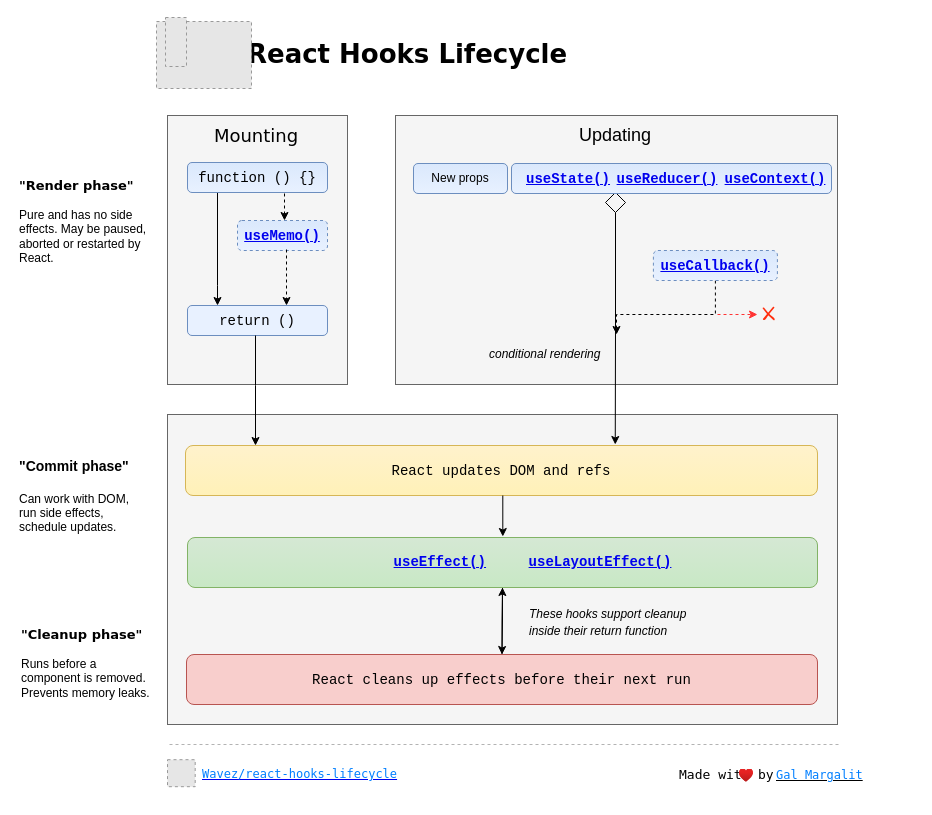
This is chart.drawio from Wavez/react-hooks-lifecycle, a draw.io file, before an edit. Source tidied: cells renumbered, new cells numbered last; positions are measured from the earlier drawing's top-left corner, leaving out a move shared by most shapes. Both pictures are drawn from the tidied source at 100%, with x=0, y=0 at pixel (17, 17). Pictures stored in the file or linked from it are replaced by grey dashed boxes.
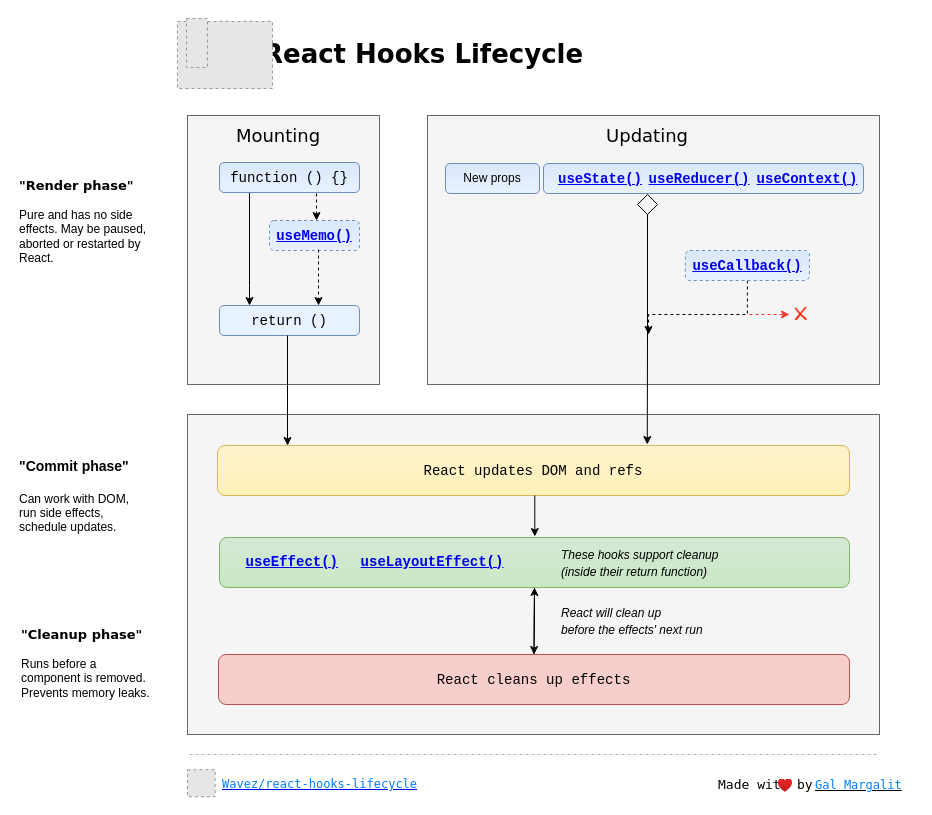
After the change.

The change refers to these unchanged cells:
```xml
<mxCell id="30" style="group;" parent="1" vertex="1">
  <mxGeometry x="494" y="146" width="404" height="30" as="geometry" />
</mxCell>
```

Change to the diagram source:
```diff
@@
     <mxCell id="2" style="rounded=0;whiteSpace=wrap;html=1;fillColor=#f5f5f5;strokeColor=#666666;fontColor=#333333;" parent="1" vertex="1">
-      <mxGeometry x="150" y="98" width="180" height="269" as="geometry" />
+      <mxGeometry x="170" y="98" width="192" height="269" as="geometry" />
     </mxCell>
     <mxCell id="3" value="&lt;font style=&quot;font-size: 18px&quot; face=&quot;Verdana&quot;&gt;Mounting&lt;/font&gt;" style="text;html=1;strokeColor=none;fillColor=none;align=center;verticalAlign=middle;whiteSpace=wrap;rounded=0;" parent="1" vertex="1">
-      <mxGeometry x="220" y="108" width="38" height="20" as="geometry" />
+      <mxGeometry x="242" y="108" width="38" height="20" as="geometry" />
     </mxCell>
     <mxCell id="4" style="edgeStyle=orthogonalEdgeStyle;rounded=0;orthogonalLoop=1;jettySize=auto;html=1;" parent="1" edge="1">
       <mxGeometry relative="1" as="geometry">
-        <mxPoint x="200" y="175" as="sourcePoint" />
-        <mxPoint x="200" y="288" as="targetPoint" />
+        <mxPoint x="232" y="175" as="sourcePoint" />
+        <mxPoint x="232" y="288" as="targetPoint" />
         <Array as="points">
-          <mxPoint x="200" y="268" />
-          <mxPoint x="200" y="268" />
+          <mxPoint x="232" y="268" />
+          <mxPoint x="232" y="268" />
         </Array>
       </mxGeometry>
     </mxCell>
     <mxCell id="5" value="&lt;h3 id=&quot;static-getderivedstatefromprops&quot;&gt;&lt;code style=&quot;font-weight: normal&quot;&gt;&lt;font style=&quot;font-size: 14px&quot;&gt;function () {}&lt;/font&gt;&lt;/code&gt;&lt;/h3&gt;" style="rounded=1;whiteSpace=wrap;html=1;fillColor=#dae8fc;strokeColor=#6c8ebf;gradientColor=#E8F1FF;" parent="1" vertex="1">
-      <mxGeometry x="170" y="145" width="140" height="30" as="geometry" />
+      <mxGeometry x="202" y="145" width="140" height="30" as="geometry" />
     </mxCell>
@@
-    <mxCell id="8" value="&lt;font style=&quot;font-size: 26px&quot;&gt;React Hooks Lifecycle&lt;/font&gt;" style="text;html=1;align=left;verticalAlign=top;spacingTop=-4;fontFamily=Verdana;fontStyle=1;" parent="1" vertex="1">
-      <mxGeometry x="228" y="19" width="300" height="20" as="geometry" />
-    </mxCell>
     <mxCell id="9" style="rounded=0;whiteSpace=wrap;html=1;fillColor=#f5f5f5;strokeColor=#666666;fontColor=#333333;" parent="1" vertex="1">
-      <mxGeometry x="378" y="98" width="442" height="269" as="geometry" />
+      <mxGeometry x="410" y="98" width="452" height="269" as="geometry" />
     </mxCell>
-    <mxCell id="10" value="&lt;font style=&quot;font-size: 18px&quot;&gt;Updating&lt;/font&gt;" style="text;html=1;strokeColor=none;fillColor=none;align=center;verticalAlign=middle;whiteSpace=wrap;rounded=0;" parent="1" vertex="1">
-      <mxGeometry x="560" y="108" width="75.9" height="20" as="geometry" />
+    <mxCell id="10" value="&lt;font style=&quot;font-size: 18px&quot; face=&quot;Verdana&quot;&gt;Updating&lt;/font&gt;" style="text;html=1;strokeColor=none;fillColor=none;align=center;verticalAlign=middle;whiteSpace=wrap;rounded=0;" parent="1" vertex="1">
+      <mxGeometry x="592" y="108" width="75.9" height="20" as="geometry" />
     </mxCell>
     <mxCell id="11" value="New props" style="rounded=1;whiteSpace=wrap;html=1;fillColor=#dae8fc;strokeColor=#6c8ebf;gradientColor=#E8F1FF;" parent="1" vertex="1">
-      <mxGeometry x="396" y="146" width="94" height="30" as="geometry" />
+      <mxGeometry x="428" y="146" width="94" height="30" as="geometry" />
     </mxCell>
     <mxCell id="12" style="rounded=0;whiteSpace=wrap;html=1;fillColor=#f5f5f5;fontColor=#333333;strokeColor=#666666;" parent="1" vertex="1">
-      <mxGeometry x="150" y="397" width="670" height="310" as="geometry" />
+      <mxGeometry x="170" y="397" width="692" height="320" as="geometry" />
     </mxCell>
     <mxCell id="13" value="&lt;h3 id=&quot;static-getderivedstatefromprops&quot;&gt;&lt;code&gt;&lt;font style=&quot;font-weight: normal ; font-size: 14px&quot;&gt;return ()&lt;/font&gt;&lt;/code&gt;&lt;/h3&gt;" style="rounded=1;whiteSpace=wrap;html=1;fillColor=#E8F1FF;strokeColor=#6c8ebf;" parent="1" vertex="1">
-      <mxGeometry x="170" y="288" width="140" height="30" as="geometry" />
+      <mxGeometry x="202" y="288" width="140" height="30" as="geometry" />
     </mxCell>
@@
     <mxCell id="15" style="rounded=1;whiteSpace=wrap;html=1;fillColor=#d5e8d4;strokeColor=#82b366;gradientColor=#C8E8C5;" parent="1" vertex="1">
-      <mxGeometry x="170" y="520" width="630" height="50" as="geometry" />
+      <mxGeometry x="202" y="520" width="630" height="50" as="geometry" />
     </mxCell>
-    <mxCell id="16" style="fillColor=#E6E6E6;strokeColor=#999999;dashed=1;verticalLabelPosition=bottom;labelBackgroundColor=#ffffff;verticalAlign=top;" parent="1" vertex="1">
-      <mxGeometry x="139" y="4" width="95" height="67" as="geometry" />
-    </mxCell>
     <mxCell id="17" value="&lt;h3 id=&quot;static-getderivedstatefromprops&quot;&gt;&lt;code&gt;&lt;font style=&quot;font-size: 14px&quot;&gt;&lt;a href=&quot;https://reactjs.org/docs/hooks-reference.html#usememo&quot;&gt;useMemo()&lt;/a&gt;&lt;/font&gt;&lt;/code&gt;&lt;/h3&gt;" style="rounded=1;whiteSpace=wrap;html=1;fillColor=#dae8fc;strokeColor=#6c8ebf;dashed=1;gradientColor=#E8F1FF;" parent="1" vertex="1">
-      <mxGeometry x="220" y="203" width="90" height="30" as="geometry" />
+      <mxGeometry x="252" y="203" width="90" height="30" as="geometry" />
     </mxCell>
     <mxCell id="18" value="&lt;h3 id=&quot;static-getderivedstatefromprops&quot;&gt;&lt;code style=&quot;font-weight: normal&quot;&gt;React updates DOM and refs&lt;/code&gt;&lt;/h3&gt;" style="rounded=1;whiteSpace=wrap;html=1;fillColor=#fff2cc;strokeColor=#d6b656;gradientColor=#FFF1B8;" parent="1" vertex="1">
-      <mxGeometry x="168" y="428" width="632" height="50" as="geometry" />
+      <mxGeometry x="200" y="428" width="632" height="50" as="geometry" />
     </mxCell>
     <mxCell id="19" style="edgeStyle=orthogonalEdgeStyle;rounded=0;jettySize=auto;html=1;dashed=1;fontColor=#007FFF;" parent="1" edge="1" source="20">
       <mxGeometry relative="1" as="geometry">
-        <mxPoint x="599" y="317" as="targetPoint" />
+        <mxPoint x="631" y="317" as="targetPoint" />
         <Array as="points">
-          <mxPoint x="698" y="297" />
-          <mxPoint x="599" y="297" />
+          <mxPoint x="730" y="297" />
+          <mxPoint x="631" y="297" />
         </Array>
       </mxGeometry>
     </mxCell>
     <mxCell id="20" value="&lt;h3 id=&quot;static-getderivedstatefromprops&quot;&gt;&lt;code&gt;&lt;font style=&quot;font-size: 14px&quot;&gt;&lt;a href=&quot;https://reactjs.org/docs/hooks-reference.html#usecallback&quot;&gt;useCallback()&lt;/a&gt;&lt;/font&gt;&lt;/code&gt;&lt;/h3&gt;" style="rounded=1;whiteSpace=wrap;html=1;fillColor=#dae8fc;strokeColor=#6c8ebf;dashed=1;gradientColor=#E8F1FF;" parent="1" vertex="1">
-      <mxGeometry x="635.9" y="233" width="124" height="30" as="geometry" />
+      <mxGeometry x="667.9" y="233" width="124" height="30" as="geometry" />
     </mxCell>
     <mxCell id="21" style="edgeStyle=orthogonalEdgeStyle;rounded=0;orthogonalLoop=1;jettySize=auto;html=1;dashed=1;" parent="1" edge="1">
       <mxGeometry relative="1" as="geometry">
-        <mxPoint x="267" y="176" as="sourcePoint" />
-        <mxPoint x="267" y="203" as="targetPoint" />
+        <mxPoint x="299" y="176" as="sourcePoint" />
+        <mxPoint x="299" y="203" as="targetPoint" />
       </mxGeometry>
     </mxCell>
     <mxCell id="22" style="edgeStyle=orthogonalEdgeStyle;rounded=0;orthogonalLoop=1;jettySize=auto;html=1;dashed=1;" parent="1" edge="1">
       <mxGeometry relative="1" as="geometry">
-        <mxPoint x="269" y="232" as="sourcePoint" />
-        <mxPoint x="269" y="288" as="targetPoint" />
+        <mxPoint x="301" y="232" as="sourcePoint" />
+        <mxPoint x="301" y="288" as="targetPoint" />
       </mxGeometry>
     </mxCell>
     <mxCell id="23" value="&lt;h3 id=&quot;static-getderivedstatefromprops&quot;&gt;&lt;code style=&quot;font-size: 14px&quot;&gt;&lt;font style=&quot;font-size: 14px&quot;&gt;&lt;a href=&quot;https://reactjs.org/docs/hooks-reference.html#useeffect&quot;&gt;useEffect()&lt;/a&gt;&amp;nbsp;&lt;/font&gt;&lt;/code&gt;&lt;/h3&gt;" style="text;html=1;strokeColor=none;fillColor=none;align=center;verticalAlign=middle;whiteSpace=wrap;rounded=0;" parent="1" vertex="1">
-      <mxGeometry x="407" y="534" width="40" height="20" as="geometry" />
+      <mxGeometry x="259" y="534" width="40" height="20" as="geometry" />
     </mxCell>
     <mxCell id="24" value="&lt;h3 id=&quot;static-getderivedstatefromprops&quot;&gt;&lt;code&gt;&lt;font size=&quot;1&quot;&gt;&lt;a href=&quot;https://reactjs.org/docs/hooks-reference.html#uselayouteffect&quot; style=&quot;font-size: 14px&quot;&gt;useLayoutEffect()&lt;/a&gt;&lt;/font&gt;&lt;/code&gt;&lt;/h3&gt;" style="text;html=1;strokeColor=none;fillColor=none;align=center;verticalAlign=middle;whiteSpace=wrap;rounded=0;" parent="1" vertex="1">
-      <mxGeometry x="563" y="534" width="40" height="20" as="geometry" />
+      <mxGeometry x="395" y="534" width="40" height="20" as="geometry" />
     </mxCell>
-    <mxCell id="25" style="fillColor=#E6E6E6;strokeColor=#999999;dashed=1;verticalLabelPosition=bottom;labelBackgroundColor=#ffffff;verticalAlign=top;" parent="1" vertex="1">
-      <mxGeometry x="148" width="21" height="49" as="geometry" />
-    </mxCell>
@@
     <mxCell id="27" style="rhombus;whiteSpace=wrap;html=1;labelBackgroundColor=none;fontColor=#007FFF;fillColor=none;" parent="1" vertex="1">
-      <mxGeometry x="588" y="175" width="20" height="20" as="geometry" />
+      <mxGeometry x="620" y="177" width="20" height="20" as="geometry" />
     </mxCell>
     <mxCell id="28" value="&lt;font color=&quot;#ff2d0d&quot; style=&quot;font-size: 22px&quot; face=&quot;Comic Sans MS&quot;&gt;X&lt;/font&gt;" style="text;html=1;align=left;verticalAlign=top;spacingTop=-4;" parent="1" vertex="1">
-      <mxGeometry x="743" y="281" width="30" height="20" as="geometry" />
+      <mxGeometry x="775" y="281" width="30" height="20" as="geometry" />
     </mxCell>
     <mxCell id="29" style="endArrow=classic;html=1;rounded=0;fontSize=22;fontColor=#007FFF;endSize=6;targetPerimeterSpacing=0;strokeColor=#FF3333;dashed=1;" parent="1" edge="1">
       <mxGeometry relative="1" as="geometry">
-        <mxPoint x="700" y="297" as="sourcePoint" />
-        <mxPoint x="740" y="297" as="targetPoint" />
+        <mxPoint x="732" y="297" as="sourcePoint" />
+        <mxPoint x="772" y="297" as="targetPoint" />
       </mxGeometry>
     </mxCell>
@@
     <mxCell id="31" style="rounded=1;whiteSpace=wrap;html=1;fillColor=#dae8fc;strokeColor=#6c8ebf;gradientColor=#E8F1FF;" parent="30" vertex="1">
-      <mxGeometry width="320" height="30" as="geometry" />
+      <mxGeometry x="32" width="320" height="30" as="geometry" />
     </mxCell>
     <mxCell id="32" value="&lt;h3 id=&quot;static-getderivedstatefromprops&quot;&gt;&lt;code&gt;&lt;font color=&quot;#3399ff&quot; style=&quot;font-size: 14px&quot;&gt;&lt;a href=&quot;https://reactjs.org/docs/hooks-reference.html#usestate&quot;&gt;useState()&lt;/a&gt;&lt;/font&gt;&lt;/code&gt;&lt;/h3&gt;" style="text;html=1;strokeColor=none;fillColor=none;align=center;verticalAlign=middle;whiteSpace=wrap;rounded=0;" parent="30" vertex="1">
-      <mxGeometry x="37" y="5" width="40" height="20" as="geometry" />
+      <mxGeometry x="69" y="5" width="40" height="20" as="geometry" />
     </mxCell>
     <mxCell id="33" value="&lt;h3 id=&quot;static-getderivedstatefromprops&quot;&gt;&lt;code&gt;&lt;font color=&quot;#3399ff&quot; style=&quot;font-size: 14px&quot;&gt;&lt;a href=&quot;https://reactjs.org/docs/hooks-reference.html#usereducer&quot;&gt;useReducer()&lt;/a&gt;&lt;/font&gt;&lt;/code&gt;&lt;/h3&gt;" style="text;html=1;strokeColor=none;fillColor=none;align=center;verticalAlign=middle;whiteSpace=wrap;rounded=0;" parent="30" vertex="1">
-      <mxGeometry x="136" y="5" width="40" height="20" as="geometry" />
+      <mxGeometry x="168" y="5" width="40" height="20" as="geometry" />
     </mxCell>
     <mxCell id="34" value="&lt;h3 id=&quot;static-getderivedstatefromprops&quot;&gt;&lt;code&gt;&lt;font color=&quot;#3399ff&quot; style=&quot;font-size: 14px&quot;&gt;&lt;a href=&quot;https://reactjs.org/docs/hooks-reference.html#usecontext&quot;&gt;useContext()&lt;/a&gt;&lt;/font&gt;&lt;/code&gt;&lt;/h3&gt;" style="text;html=1;strokeColor=none;fillColor=none;align=center;verticalAlign=middle;whiteSpace=wrap;rounded=0;" parent="30" vertex="1">
-      <mxGeometry x="243.5" y="5" width="40" height="20" as="geometry" />
+      <mxGeometry x="275.5" y="5" width="40" height="20" as="geometry" />
     </mxCell>
-    <mxCell id="35" value="&lt;h3 id=&quot;static-getderivedstatefromprops&quot; style=&quot;color: rgb(0 , 0 , 0) ; letter-spacing: normal ; text-indent: 0px ; text-transform: none ; word-spacing: 0px&quot;&gt;&lt;span style=&quot;font-weight: 400&quot;&gt;&lt;font style=&quot;font-size: 12px&quot;&gt;&lt;i&gt;These hooks support cleanup inside their return function&lt;/i&gt;&lt;/font&gt;&lt;/span&gt;&lt;/h3&gt;" style="text;whiteSpace=wrap;html=1;fillColor=none;align=left;" parent="1" vertex="1">
-      <mxGeometry x="510" y="567" width="160" height="60" as="geometry" />
+    <mxCell id="35" value="&lt;h3 id=&quot;static-getderivedstatefromprops&quot; style=&quot;color: rgb(0 , 0 , 0) ; letter-spacing: normal ; text-indent: 0px ; text-transform: none ; word-spacing: 0px&quot;&gt;&lt;span style=&quot;font-weight: 400&quot;&gt;&lt;font style=&quot;font-size: 12px&quot;&gt;&lt;i&gt;These hooks support cleanup (inside their return function)&lt;/i&gt;&lt;/font&gt;&lt;/span&gt;&lt;/h3&gt;" style="text;whiteSpace=wrap;html=1;fillColor=none;align=left;" parent="1" vertex="1">
+      <mxGeometry x="542" y="508" width="160" height="60" as="geometry" />
     </mxCell>
@@
-    <mxCell id="38" value="&lt;h3 id=&quot;static-getderivedstatefromprops&quot;&gt;&lt;code style=&quot;font-weight: normal&quot;&gt;React cleans up effects before their next run&lt;/code&gt;&lt;/h3&gt;" style="rounded=1;whiteSpace=wrap;html=1;fillColor=#f8cecc;strokeColor=#b85450;" parent="1" vertex="1">
-      <mxGeometry x="169" y="637" width="631" height="50" as="geometry" />
+    <mxCell id="38" value="&lt;h3 id=&quot;static-getderivedstatefromprops&quot;&gt;&lt;code style=&quot;font-weight: normal&quot;&gt;React cleans up effects&lt;/code&gt;&lt;/h3&gt;" style="rounded=1;whiteSpace=wrap;html=1;fillColor=#f8cecc;strokeColor=#b85450;" parent="1" vertex="1">
+      <mxGeometry x="201" y="637" width="631" height="50" as="geometry" />
     </mxCell>
     <mxCell id="39" style="endArrow=classic;html=1;strokeColor=#000000;entryX=0.377;entryY=-0.02;entryDx=0;entryDy=0;entryPerimeter=0;" parent="1" edge="1">
       <mxGeometry relative="1" as="geometry">
-        <mxPoint x="485.3" y="478" as="sourcePoint" />
-        <mxPoint x="485.3" y="519" as="targetPoint" />
+        <mxPoint x="517.3" y="478" as="sourcePoint" />
+        <mxPoint x="517.3" y="519" as="targetPoint" />
       </mxGeometry>
     </mxCell>
     <mxCell id="40" style="edgeStyle=orthogonalEdgeStyle;rounded=0;jettySize=auto;html=1;" parent="1" edge="1" source="13">
       <mxGeometry relative="1" as="geometry">
-        <mxPoint x="238" y="428" as="targetPoint" />
+        <mxPoint x="270" y="428" as="targetPoint" />
         <Array as="points">
-          <mxPoint x="238" y="368" />
-          <mxPoint x="238" y="368" />
+          <mxPoint x="270" y="368" />
+          <mxPoint x="270" y="368" />
         </Array>
       </mxGeometry>
     </mxCell>
     <mxCell id="41" style="endArrow=none;dashed=1;html=1;fontFamily=Lucida Console;fontSize=12;fontColor=#000000;strokeColor=#B3B3B3;" parent="1" edge="1">
       <mxGeometry relative="1" as="geometry">
-        <mxPoint x="152" y="727" as="sourcePoint" />
-        <mxPoint x="823" y="727" as="targetPoint" />
+        <mxPoint x="172" y="737" as="sourcePoint" />
+        <mxPoint x="860" y="737" as="targetPoint" />
       </mxGeometry>
     </mxCell>
-    <mxCell id="42" value="&lt;h3 id=&quot;static-getderivedstatefromprops&quot; style=&quot;color: rgb(0 , 0 , 0) ; letter-spacing: normal ; text-indent: 0px ; text-transform: none ; word-spacing: 0px&quot;&gt;&lt;span style=&quot;font-weight: 400&quot;&gt;&lt;font style=&quot;font-size: 12px&quot;&gt;&lt;i&gt;conditional rendering&lt;/i&gt;&lt;/font&gt;&lt;/span&gt;&lt;/h3&gt;" style="text;whiteSpace=wrap;html=1;fillColor=none;align=left;" parent="1" vertex="1">
-      <mxGeometry x="470" y="307" width="160" height="60" as="geometry" />
-    </mxCell>
-    <mxCell id="43" style="group;" parent="1" vertex="1">
-      <mxGeometry x="630" y="742.2" width="237.5" height="27" as="geometry" />
-    </mxCell>
+    <mxCell id="52" value="&lt;h3 id=&quot;static-getderivedstatefromprops&quot; style=&quot;color: rgb(0 , 0 , 0) ; letter-spacing: normal ; text-indent: 0px ; text-transform: none ; word-spacing: 0px&quot;&gt;&lt;span style=&quot;font-size: 12px ; font-weight: 400&quot;&gt;&lt;i&gt;React will clean up&lt;br&gt;before the effects' next run&lt;/i&gt;&lt;/span&gt;&lt;/h3&gt;" style="text;whiteSpace=wrap;html=1;fillColor=none;align=left;" parent="1" vertex="1">
+      <mxGeometry x="542" y="566" width="170" height="60" as="geometry" />
+    </mxCell>
-    <mxCell id="44" style="group;" parent="43" vertex="1">
-      <mxGeometry x="-480" width="237.5" height="27" as="geometry" />
+    <mxCell id="44" style="group;" parent="1" vertex="1">
+      <mxGeometry x="170" y="752.2" width="237.5" height="27" as="geometry" />
     </mxCell>
@@
-    <mxCell id="47" style="group;" parent="43" vertex="1">
-      <mxGeometry x="30" y="1.8" width="177" height="24.1" as="geometry" />
+    <mxCell id="47" style="group;" parent="1" vertex="1">
+      <mxGeometry x="699" y="754" width="177" height="24.1" as="geometry" />
     </mxCell>
@@
+    <mxCell id="53" style="group;" parent="1" vertex="1">
+      <mxGeometry x="160" y="1" width="384" height="70" as="geometry" />
+    </mxCell>
+    <mxCell id="8" value="&lt;font style=&quot;font-size: 26px&quot;&gt;React Hooks Lifecycle&lt;/font&gt;" style="text;html=1;align=left;verticalAlign=top;spacingTop=-4;fontFamily=Verdana;fontStyle=1;" parent="53" vertex="1">
+      <mxGeometry x="84" y="18" width="300" height="20" as="geometry" />
+    </mxCell>
+    <mxCell id="16" style="fillColor=#E6E6E6;strokeColor=#999999;dashed=1;verticalLabelPosition=bottom;labelBackgroundColor=#ffffff;verticalAlign=top;" parent="53" vertex="1">
+      <mxGeometry y="3" width="95" height="67" as="geometry" />
+    </mxCell>
+    <mxCell id="25" style="fillColor=#E6E6E6;strokeColor=#999999;dashed=1;verticalLabelPosition=bottom;labelBackgroundColor=#ffffff;verticalAlign=top;" parent="53" vertex="1">
+      <mxGeometry x="9" width="21" height="49" as="geometry" />
+    </mxCell>
```
